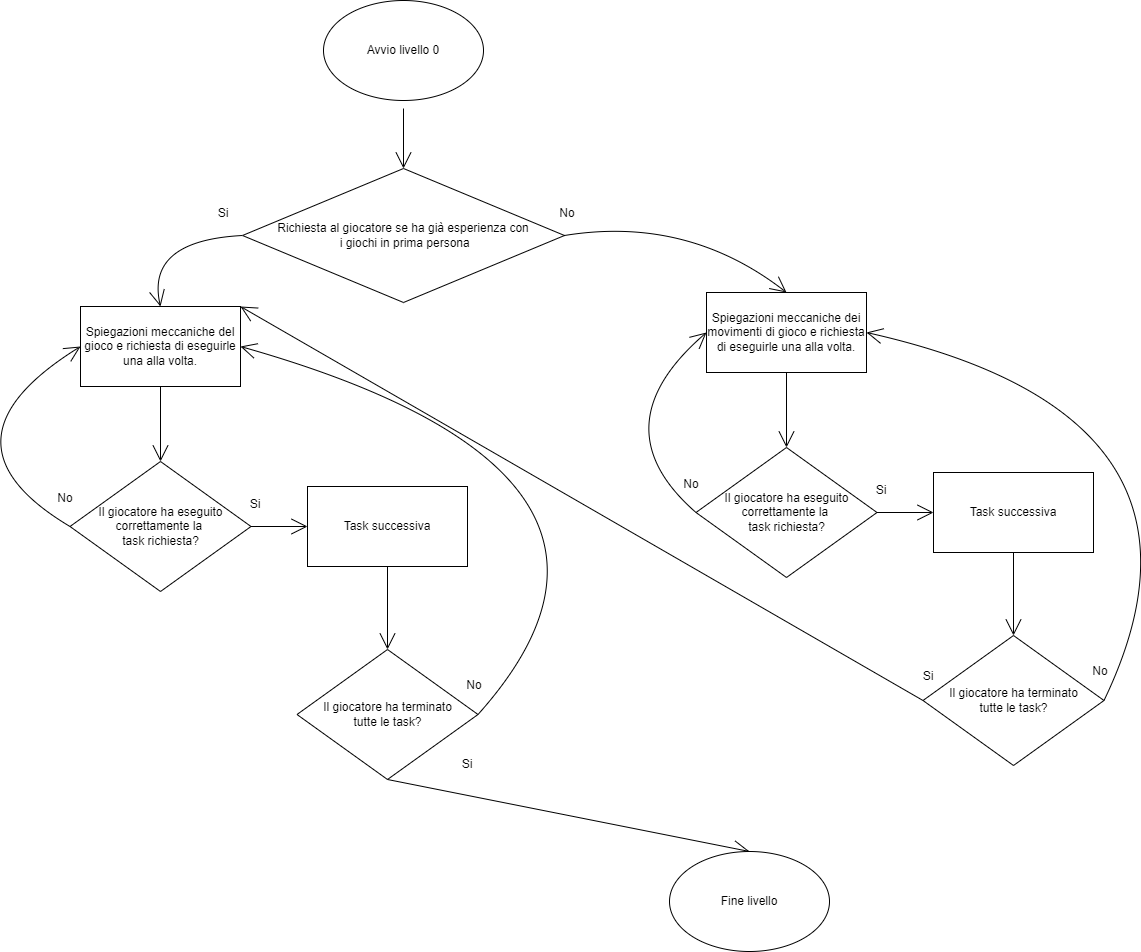
Before: doc/img/Livello0Flowchart.drawio.png, a diagram exported from draw.io (zSavT/Healthy-Catering). Source tidied: cells renumbered, new cells last; positions are measured from the earlier drawing's top-left corner, leaving out a move shared by most shapes.
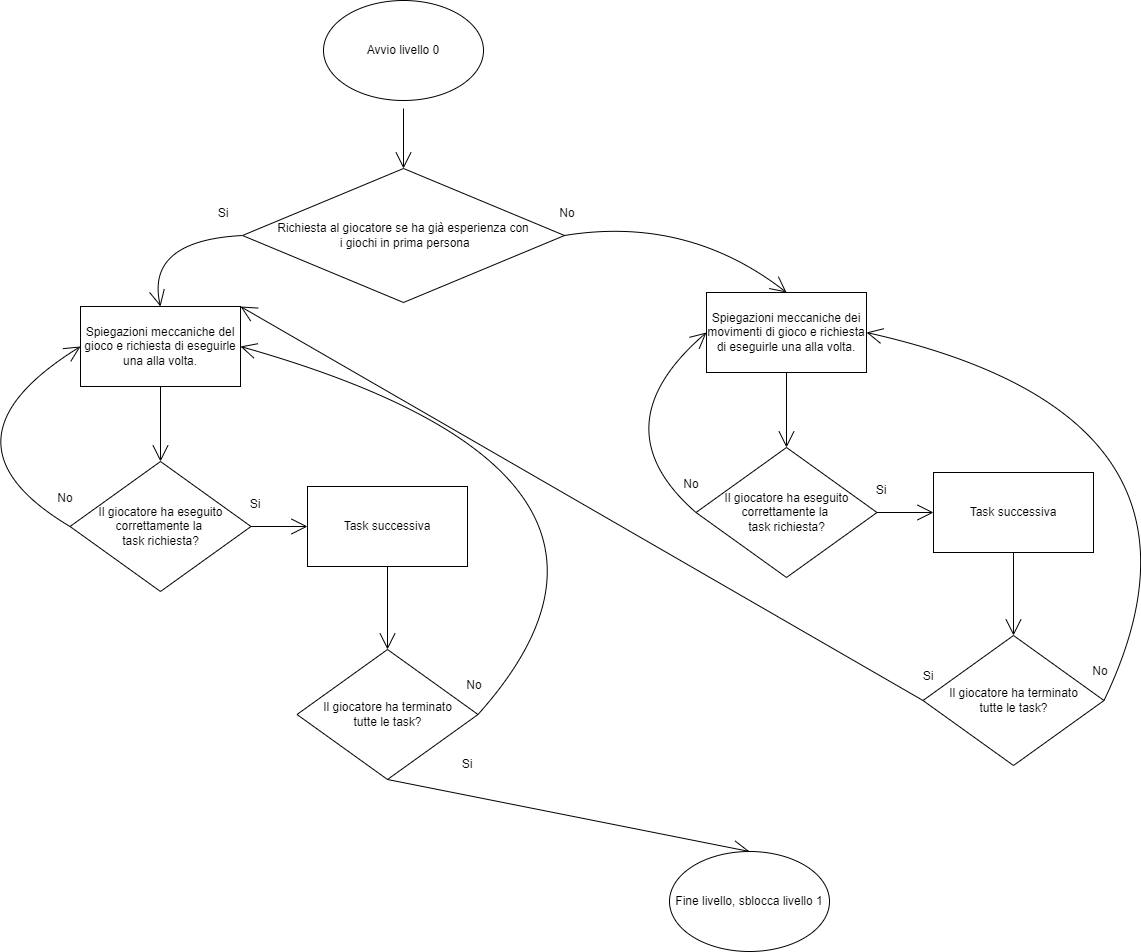
Above is the later version.

Commit message:
Aggiunto al flochart livello 0 e 1 lo sblocco del livello successivo

The edit, as a diff of the source:
```diff
@@ -78,7 +78,7 @@
     <mxCell id="21" value="No" style="text;strokeColor=none;fillColor=none;html=1;align=center;verticalAlign=middle;whiteSpace=wrap;rounded=0;hachureGap=4;fontSize=12;" parent="1" vertex="1">
       <mxGeometry x="517" y="670" width="60" height="30" as="geometry" />
     </mxCell>
-    <mxCell id="22" value="Fine livello" style="ellipse;whiteSpace=wrap;html=1;hachureGap=4;fontSize=12;" parent="1" vertex="1">
+    <mxCell id="22" value="Fine livello, sblocca livello 1" style="ellipse;whiteSpace=wrap;html=1;hachureGap=4;fontSize=12;" parent="1" vertex="1">
       <mxGeometry x="742" y="851" width="160" height="100" as="geometry" />
     </mxCell>
     <mxCell id="23" value="Spiegazioni meccaniche dei movimenti di gioco e richiesta di eseguirle una alla volta." style="rounded=0;whiteSpace=wrap;html=1;hachureGap=4;fontSize=12;" parent="1" vertex="1">
```
